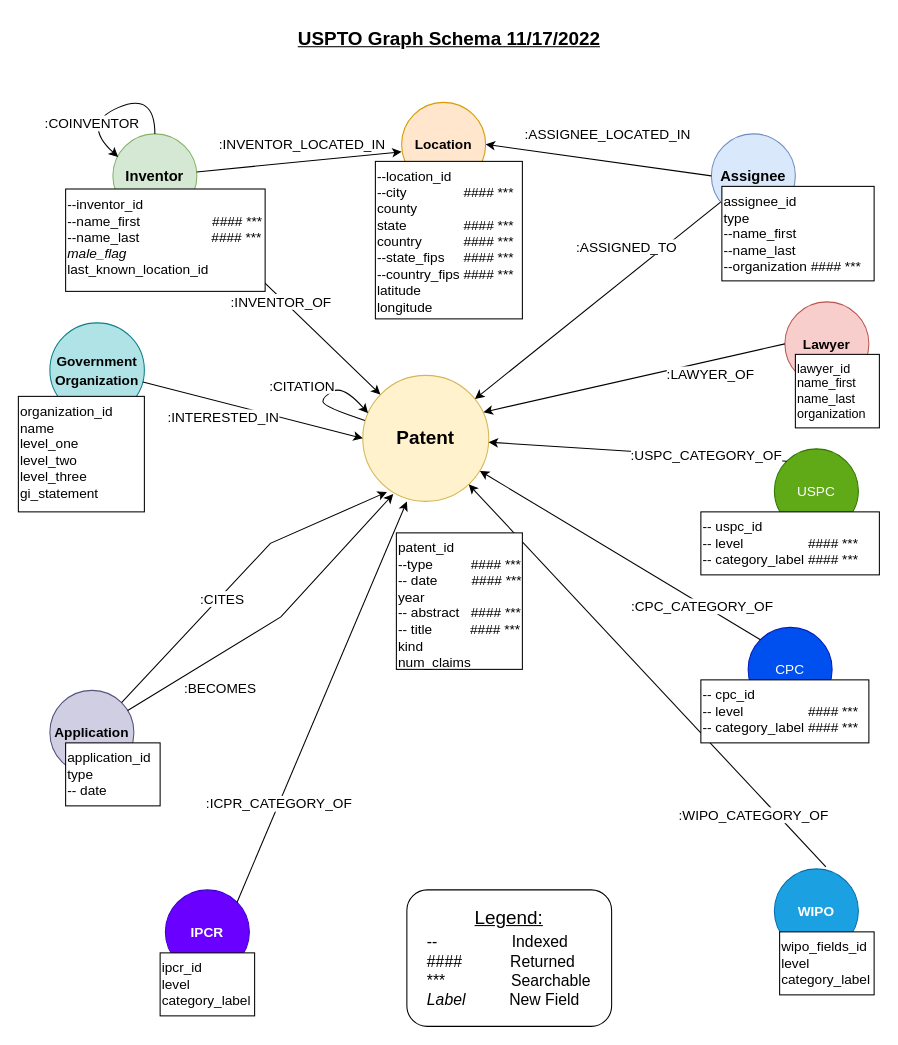
Above: uspto20220630/new_uspto_diagram.drawio in iuni-cadre/DataPipelineAndProvenanceForCADRE (draw.io), before the change. Source tidied: cells renumbered, new cells numbered last; positions are measured from the earlier drawing's top-left corner, leaving out a move shared by most shapes. Both pictures are drawn from the tidied source at 105%, with x=0, y=0 at pixel (18, 18).
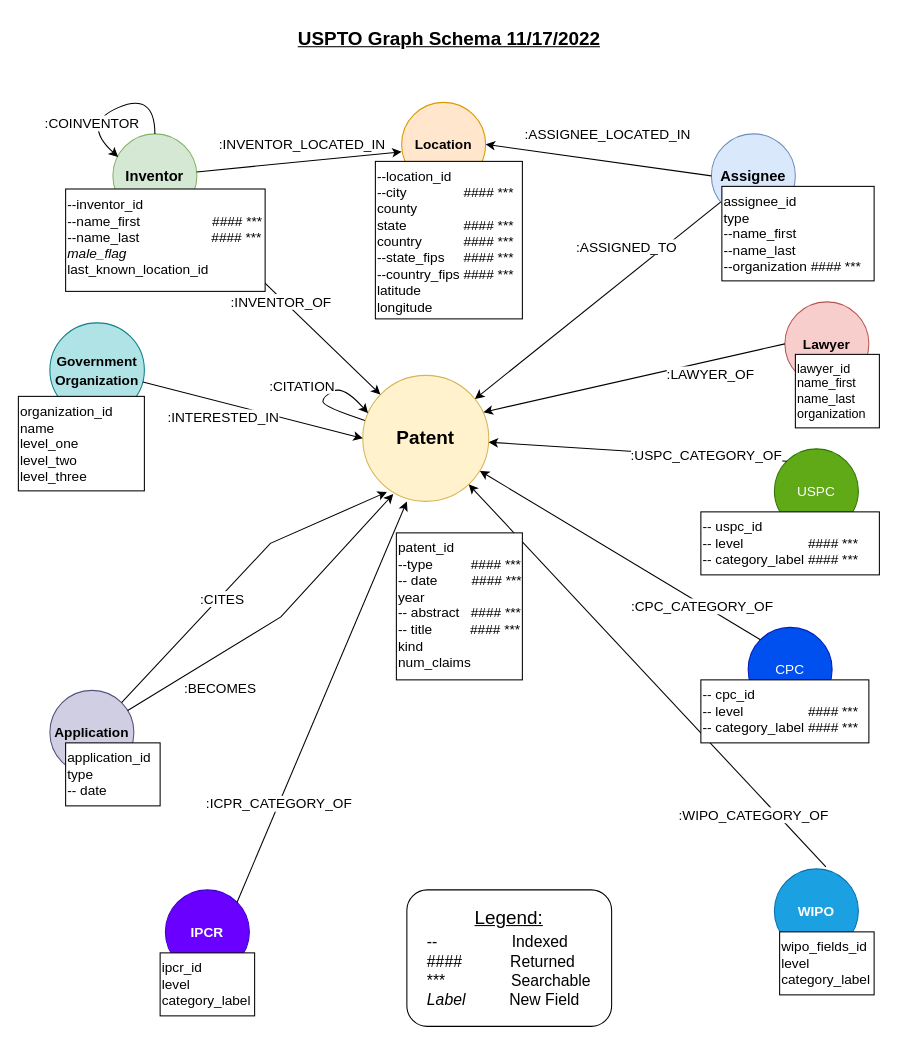
After the change.

Commit message (it also covers changes not shown here):
fixing diagram uspto and adding missing inventor_of edge

Diff of the diagram source:
```diff
@@
-    <mxCell id="26" value="organization_id&lt;br&gt;name&lt;br&gt;level_one&lt;br&gt;level_two&lt;br&gt;level_three&lt;br&gt;gi_statement" style="rounded=0;whiteSpace=wrap;html=1;fontSize=13;align=left;verticalAlign=top;" parent="1" vertex="1">
-      <mxGeometry y="360" width="120" height="110" as="geometry" />
+    <mxCell id="26" value="organization_id&lt;br&gt;name&lt;br&gt;level_one&lt;br&gt;level_two&lt;br&gt;level_three" style="rounded=0;whiteSpace=wrap;html=1;fontSize=13;align=left;verticalAlign=top;" parent="1" vertex="1">
+      <mxGeometry y="360" width="120" height="90" as="geometry" />
     </mxCell>
@@
     <mxCell id="47" value="patent_id&lt;br&gt;--type&amp;nbsp; &amp;nbsp; &amp;nbsp; &amp;nbsp; &amp;nbsp; #### ***&lt;br&gt;-- date&amp;nbsp; &amp;nbsp; &amp;nbsp; &amp;nbsp; &amp;nbsp;#### ***&lt;br&gt;year&lt;br&gt;-- abstract&amp;nbsp; &amp;nbsp;#### ***&lt;br&gt;-- title&amp;nbsp; &amp;nbsp; &amp;nbsp; &amp;nbsp; &amp;nbsp; #### ***&lt;br&gt;kind&lt;br&gt;num_claims" style="rounded=0;whiteSpace=wrap;html=1;fontSize=13;align=left;verticalAlign=top;" parent="1" vertex="1">
-      <mxGeometry x="360" y="490" width="120" height="130" as="geometry" />
+      <mxGeometry x="360" y="490" width="120" height="140" as="geometry" />
     </mxCell>
```
